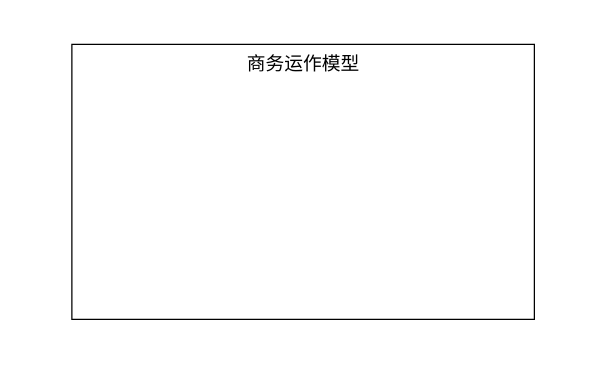
The draw.io diagram cloudbirds/未命名绘图.drawio in luoyongshun/framework, before the edit. Source tidied: cells renumbered, new cells numbered last; positions are measured from the earlier drawing's top-left corner, leaving out a move shared by most shapes. Both pictures are drawn from the tidied source at 125%, with x=0, y=0 at pixel (71, 44).
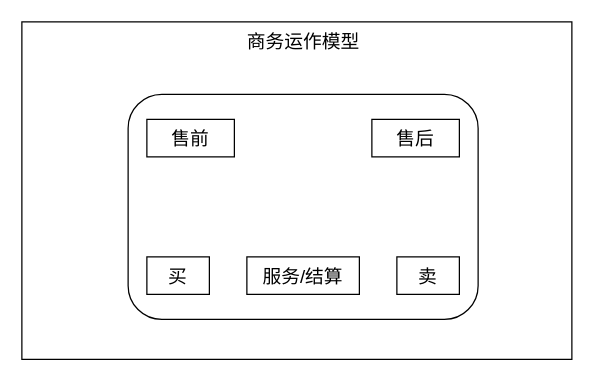
Above is the later version.

Commit message (it also covers changes not shown here):
商务运作模型.drawio

The edit, as a diff of the source:
```diff
@@
 <mxGraphModel>
   <root>
     <mxCell id="0" />
     <mxCell id="1" parent="0" />
     <mxCell id="2" style="rounded=0;whiteSpace=wrap;html=1;" parent="1" vertex="1">
-      <mxGeometry width="370" height="220" as="geometry" />
+      <mxGeometry x="-40" y="-18" width="440" height="270" as="geometry" />
     </mxCell>
     <mxCell id="3" value="&lt;font style=&quot;font-size: 15px;&quot;&gt;商务运作模型&lt;/font&gt;" style="text;html=1;strokeColor=none;fillColor=none;align=center;verticalAlign=middle;whiteSpace=wrap;rounded=0;" parent="1" vertex="1">
-      <mxGeometry x="137.5" width="95" height="30" as="geometry" />
+      <mxGeometry x="137.5" y="-18" width="95" height="30" as="geometry" />
     </mxCell>
+    <mxCell id="4" style="rounded=1;whiteSpace=wrap;html=1;fontSize=15;" parent="1" vertex="1">
+      <mxGeometry x="45" y="40" width="280" height="180" as="geometry" />
+    </mxCell>
+    <mxCell id="5" value="售前" style="rounded=0;whiteSpace=wrap;html=1;fontSize=15;" parent="1" vertex="1">
+      <mxGeometry x="60" y="60" width="70" height="30" as="geometry" />
+    </mxCell>
+    <mxCell id="6" value="售后" style="rounded=0;whiteSpace=wrap;html=1;fontSize=15;" parent="1" vertex="1">
+      <mxGeometry x="240" y="60" width="70" height="30" as="geometry" />
+    </mxCell>
+    <mxCell id="7" value="买" style="rounded=0;whiteSpace=wrap;html=1;fontSize=15;" parent="1" vertex="1">
+      <mxGeometry x="60" y="170" width="50" height="30" as="geometry" />
+    </mxCell>
+    <mxCell id="8" value="卖" style="rounded=0;whiteSpace=wrap;html=1;fontSize=15;" parent="1" vertex="1">
+      <mxGeometry x="260" y="170" width="50" height="30" as="geometry" />
+    </mxCell>
+    <mxCell id="9" value="服务/结算" style="rounded=0;whiteSpace=wrap;html=1;fontSize=15;" parent="1" vertex="1">
+      <mxGeometry x="140" y="170" width="90" height="30" as="geometry" />
+    </mxCell>
   </root>
 </mxGraphModel>
```
